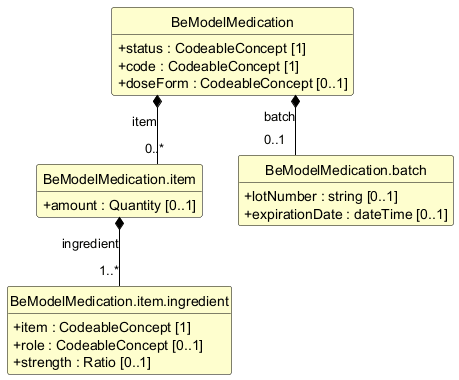
caresets/caresets-src keeps this PlantUML diagram as exports/diagrams/BeModelMedication-uml.png. Above is the earlier version.
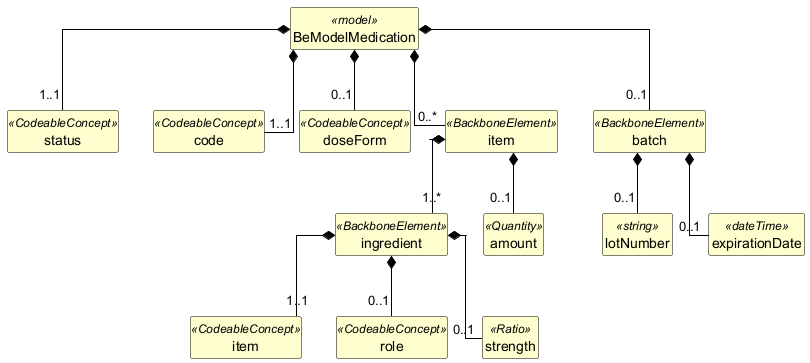
Above is the later version.

What changed in the source:
```diff
@@ -12,28 +12,55 @@
 hide circle
 hide empty members
 
-class "BeModelMedication" as BeModelMedication {
-  +status : CodeableConcept [1]
-  +code : CodeableConcept [1]
-  +doseForm : CodeableConcept [0..1]
+class "BeModelMedication" as BeModelMedication <<model>> {
 }
 
-class "BeModelMedication.item" as BeModelMedication_item {
-  +amount : Quantity [0..1]
+class "status" as BeModelMedication_status <<CodeableConcept>> {
 }
 
-class "BeModelMedication.item.ingredient" as BeModelMedication_item_ingredient {
-  +item : CodeableConcept [1]
-  +role : CodeableConcept [0..1]
-  +strength : Ratio [0..1]
+class "code" as BeModelMedication_code <<CodeableConcept>> {
 }
 
-class "BeModelMedication.batch" as BeModelMedication_batch {
-  +lotNumber : string [0..1]
-  +expirationDate : dateTime [0..1]
+class "doseForm" as BeModelMedication_doseForm <<CodeableConcept>> {
 }
 
-BeModelMedication *-- "0..*" BeModelMedication_item : item
-BeModelMedication *-- "0..1" BeModelMedication_batch : batch
-BeModelMedication_item *-- "1..*" BeModelMedication_item_ingredient : ingredient
+class "item" as BeModelMedication_item <<BackboneElement>> {
+}
+
+class "ingredient" as BeModelMedication_item_ingredient <<BackboneElement>> {
+}
+
+class "item" as BeModelMedication_item_ingredient_item <<CodeableConcept>> {
+}
+
+class "role" as BeModelMedication_item_ingredient_role <<CodeableConcept>> {
+}
+
+class "strength" as BeModelMedication_item_ingredient_strength <<Ratio>> {
+}
+
+class "amount" as BeModelMedication_item_amount <<Quantity>> {
+}
+
+class "batch" as BeModelMedication_batch <<BackboneElement>> {
+}
+
+class "lotNumber" as BeModelMedication_batch_lotNumber <<string>> {
+}
+
+class "expirationDate" as BeModelMedication_batch_expirationDate <<dateTime>> {
+}
+
+BeModelMedication *-- "1..1" BeModelMedication_status
+BeModelMedication *-- "1..1" BeModelMedication_code
+BeModelMedication *-- "0..1" BeModelMedication_doseForm
+BeModelMedication *-- "0..*" BeModelMedication_item
+BeModelMedication_item *-- "1..*" BeModelMedication_item_ingredient
+BeModelMedication_item_ingredient *-- "1..1" BeModelMedication_item_ingredient_item
+BeModelMedication_item_ingredient *-- "0..1" BeModelMedication_item_ingredient_role
+BeModelMedication_item_ingredient *-- "0..1" BeModelMedication_item_ingredient_strength
+BeModelMedication_item *-- "0..1" BeModelMedication_item_amount
+BeModelMedication *-- "0..1" BeModelMedication_batch
+BeModelMedication_batch *-- "0..1" BeModelMedication_batch_lotNumber
+BeModelMedication_batch *-- "0..1" BeModelMedication_batch_expirationDate
 @enduml
```
